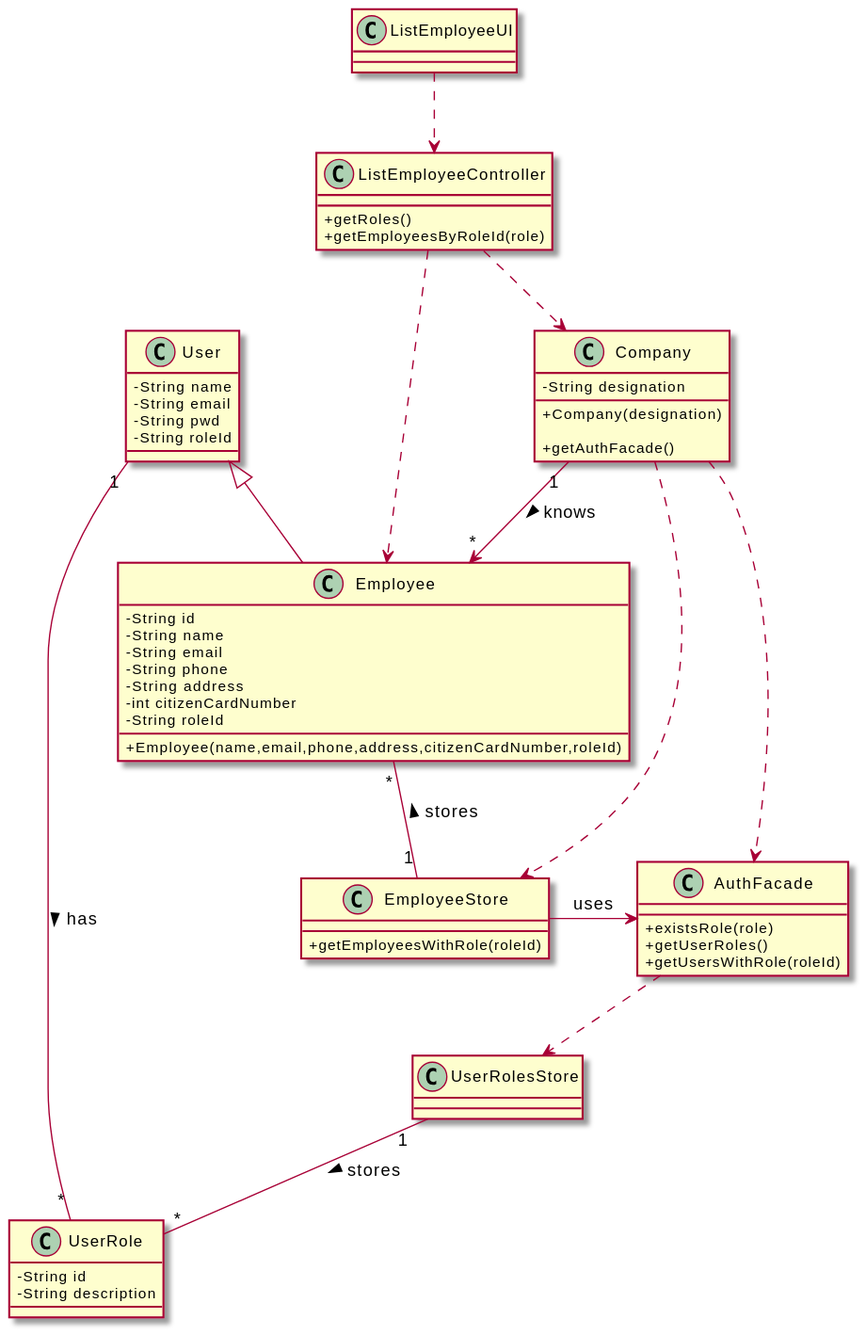
Above: docs/SprintB/US11/CD/US11_CD.svg in miseEnPlace-i/lapr2 (PlantUML), before the change.
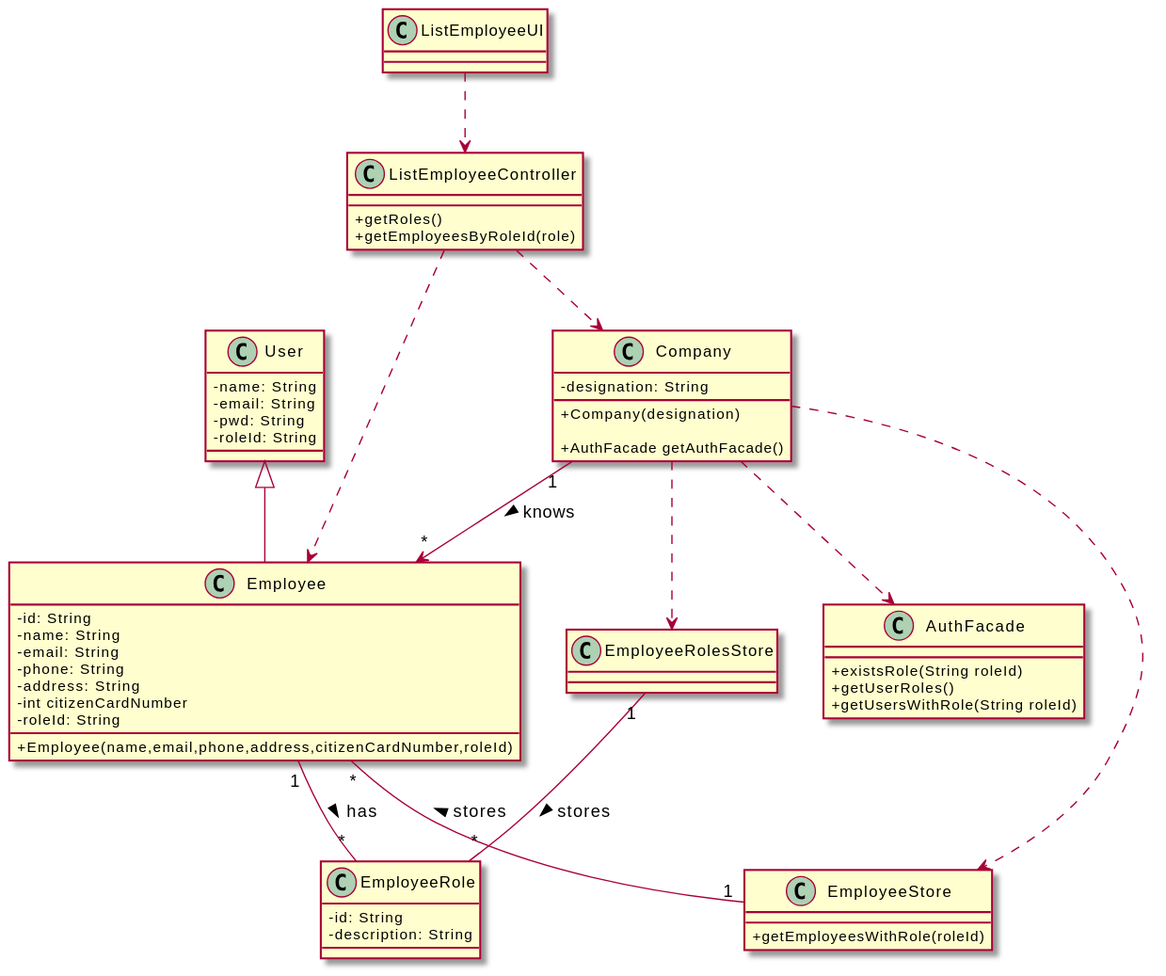
After the change.

Commit message:
docs(US11): added user roles store

What changed in the source:
```diff
@@ -2,35 +2,35 @@
 skinparam classAttributeIconSize 0
 
 class User {
-  - String name
-  - String email
-  - String pwd
-  - String roleId
+  -name: String
+  -email: String
+  -pwd: String
+  -roleId: String
 }
 
 class Employee {
-  -String id
-  -String name
-  -String email
-  -String phone
-  -String address
+  -id: String
+  -name: String
+  -email: String
+  -phone: String
+  -address: String
   -int citizenCardNumber
-  -String roleId
+  -roleId: String
 
   +Employee(name,email,phone,address,citizenCardNumber,roleId)
 }
 
 class Company {
-  -String designation
+  -designation: String
   +Company(designation)
 
-  +getAuthFacade()
+  + AuthFacade getAuthFacade()
 }
 
 class AuthFacade {
-  +existsRole(role)
+  +existsRole(String roleId)
   +getUserRoles()
-  +getUsersWithRole(roleId)
+  +getUsersWithRole(String roleId)
 }
 
 class EmployeeStore {
@@ -42,13 +42,9 @@
   +getEmployeesByRoleId(role)
 }
 
-class UserRole {
-  -String id
-  -String description
-}
-
-class UserRolesStore {
-
+class EmployeeRole {
+  -id: String
+  -description: String
 }
 
 class ListEmployeeUI {}
@@ -59,13 +55,12 @@
 
 Company ..> AuthFacade
 Company ..> EmployeeStore
-EmployeeStore -> AuthFacade : uses
 Employee "*" -- "1" EmployeeStore : stores <
 Company "1" --> "*" Employee : knows >
 
-UserRolesStore "1" -- "*" UserRole : stores >
-AuthFacade ..> UserRolesStore
-User "1" -- "*" UserRole : has >
+EmployeeRolesStore "1" -- "*" EmployeeRole : stores >
+Company ..> EmployeeRolesStore
+Employee "1" -- "*" EmployeeRole : has >
 
 User <|-- Employee
 
```
